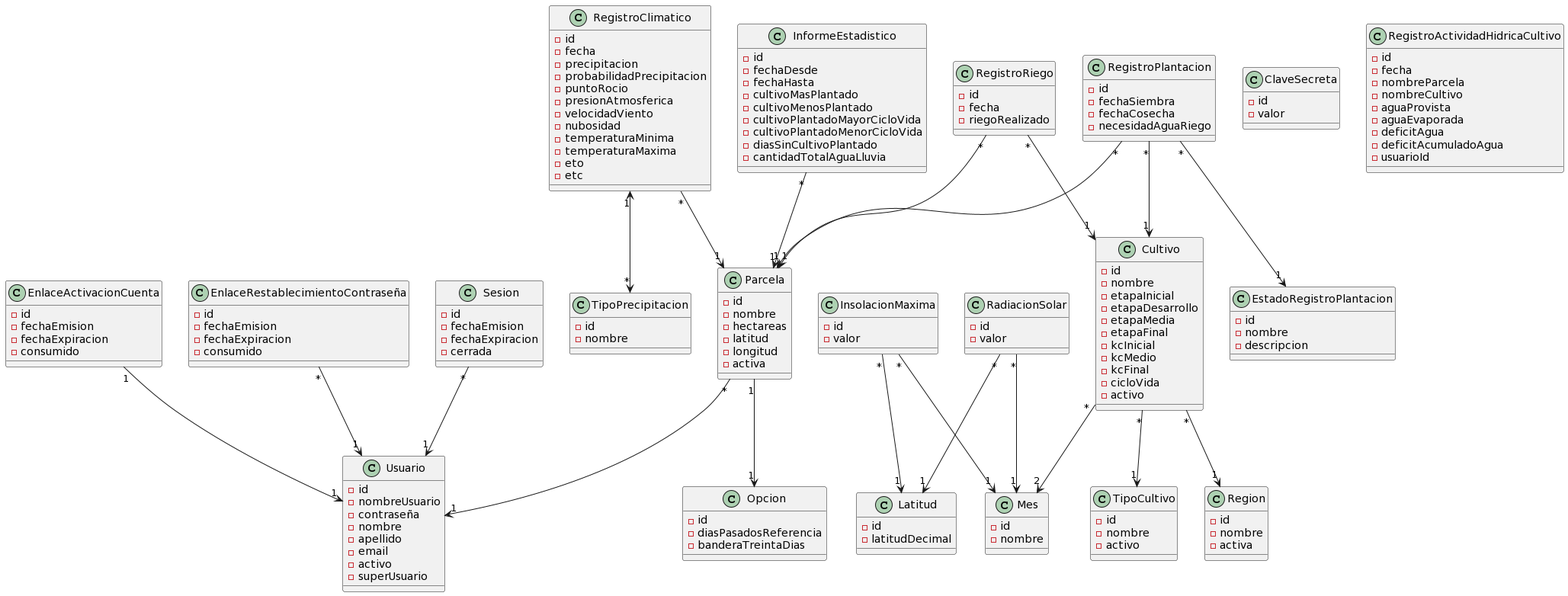
Above: docs/domain model/Modelo de dominio.png in facundopaez-dev/sistema-web-riego (PlantUML), before the change.
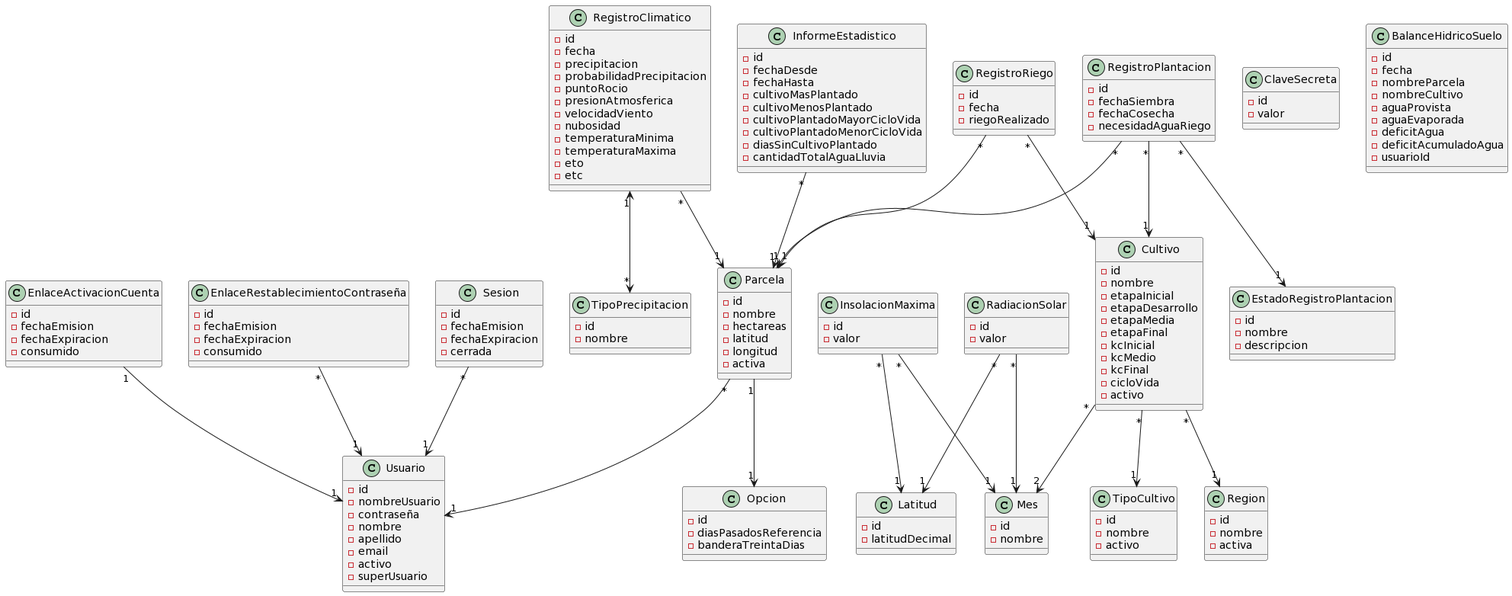
Above is the later version.

The edit, as a diff of the source:
```diff
@@ -169,7 +169,7 @@
 -valor
 }
 
-class RegistroActividadHidricaCultivo {
+class BalanceHidricoSuelo {
 -id
 -fecha
 -nombreParcela
```
